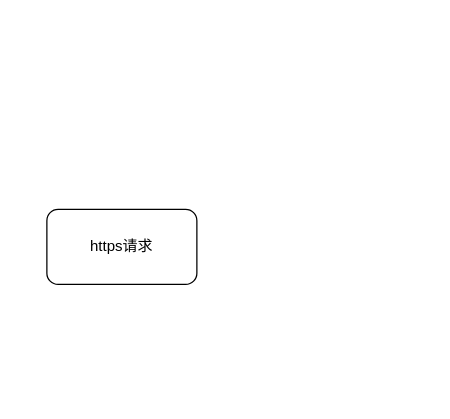
Earlier version of the draw.io diagram Untitled Diagram.drawio (Harekaze-Misakiakeno/uml). Source tidied: cells renumbered, new cells numbered last; positions are measured from the earlier drawing's top-left corner, leaving out a move shared by most shapes. Both pictures are drawn from the tidied source at 125%, with x=0, y=0 at pixel (46, 209).
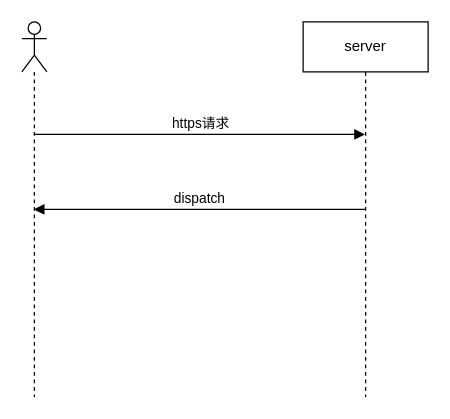
The same page after the edit.

Diff of the diagram source:
```diff
@@
 <mxGraphModel>
   <root>
     <mxCell id="0" />
     <mxCell id="1" parent="0" />
+    <mxCell id="3" style="shape=umlLifeline;perimeter=lifelinePerimeter;whiteSpace=wrap;html=1;outlineConnect=0;portConstraint=eastwest;newEdgeStyle={&quot;curved&quot;:0,&quot;rounded&quot;:0};participant=umlActor;" parent="1" vertex="1">
+      <mxGeometry x="-20" y="-150" width="20" height="300" as="geometry" />
+    </mxCell>
+    <mxCell id="4" value="server" style="shape=umlLifeline;perimeter=lifelinePerimeter;whiteSpace=wrap;html=1;outlineConnect=0;portConstraint=eastwest;newEdgeStyle={&quot;curved&quot;:0,&quot;rounded&quot;:0};" parent="1" vertex="1">
+      <mxGeometry x="205" y="-150" width="100" height="300" as="geometry" />
+    </mxCell>
-    <mxCell id="2" value="https请求" style="rounded=1;whiteSpace=wrap;html=1;" parent="1" vertex="1">
-      <mxGeometry width="120" height="60" as="geometry" />
+    <mxCell id="2" value="https请求" style="html=1;verticalAlign=bottom;endArrow=block;curved=0;rounded=0;" parent="1" edge="1" source="3" target="4">
+      <mxGeometry relative="1" as="geometry">
+        <Array as="points">
+          <mxPoint x="130" y="-60" />
+        </Array>
+      </mxGeometry>
     </mxCell>
+    <mxCell id="5" value="dispatch" style="html=1;verticalAlign=bottom;endArrow=block;curved=0;rounded=0;" parent="1" edge="1" source="4" target="3">
+      <mxGeometry relative="1" as="geometry" />
+    </mxCell>
   </root>
 </mxGraphModel>
```
